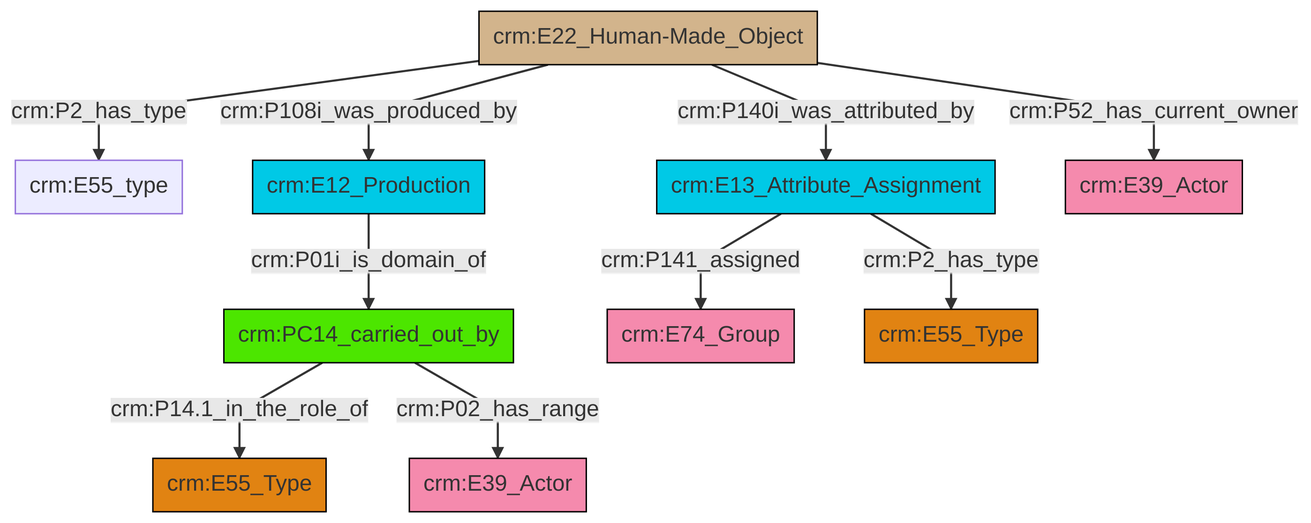
The Mermaid diagram et/builtWorkCSV/ttl/mmd/png/Built_Work_actor_relations.png in swiss-art-research-net/docs.swissartresearch, before a commit. Its source is kept beside it as et/builtWorkCSV/ttl/mmd/Built_Work_actor_relations.ttl.mmd.
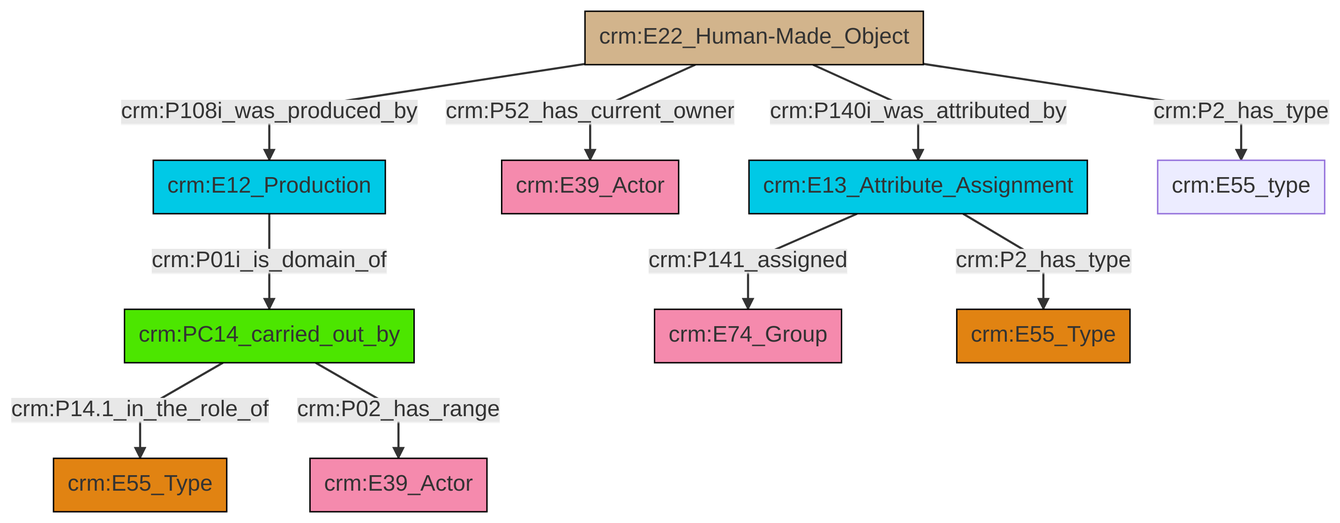
After the change.

The edit, as a diff of the source:
```diff
@@ -13,12 +13,12 @@
 classDef PC_Classes fill:#4ce600, stroke:#000000;
 classDef Multi fill:#cccccc,stroke:#000000;
 
-2["crm:E22_Human-Made_Object"]:::Physical_Thing -->|crm:P2_has_type| 3["crm:E55_type"]:::Default
-4["crm:E13_Attribute_Assignment"]:::Temporal_Entity -->|crm:P141_assigned| 5["crm:E74_Group"]:::Actor
-2["crm:E22_Human-Made_Object"]:::Physical_Thing -->|crm:P140i_was_attributed_by| 4["crm:E13_Attribute_Assignment"]:::Temporal_Entity
-2["crm:E22_Human-Made_Object"]:::Physical_Thing -->|crm:P108i_was_produced_by| 7["crm:E12_Production"]:::Temporal_Entity
-7["crm:E12_Production"]:::Temporal_Entity -->|crm:P01i_is_domain_of| 0["crm:PC14_carried_out_by"]:::PC_Classes
-0["crm:PC14_carried_out_by"]:::PC_Classes -->|crm:P14.1_in_the_role_of| 8["crm:E55_Type"]:::Type
-4["crm:E13_Attribute_Assignment"]:::Temporal_Entity -->|crm:P2_has_type| 11["crm:E55_Type"]:::Type
-0["crm:PC14_carried_out_by"]:::PC_Classes -->|crm:P02_has_range| 15["crm:E39_Actor"]:::Actor
-2["crm:E22_Human-Made_Object"]:::Physical_Thing -->|crm:P52_has_current_owner| 16["crm:E39_Actor"]:::Actor
+10["crm:E22_Human-Made_Object"]:::Physical_Thing -->|crm:P52_has_current_owner| 4["crm:E39_Actor"]:::Actor
+8["crm:E13_Attribute_Assignment"]:::Temporal_Entity -->|crm:P2_has_type| 11["crm:E55_Type"]:::Type
+10["crm:E22_Human-Made_Object"]:::Physical_Thing -->|crm:P2_has_type| 15["crm:E55_type"]:::Default
+10["crm:E22_Human-Made_Object"]:::Physical_Thing -->|crm:P140i_was_attributed_by| 8["crm:E13_Attribute_Assignment"]:::Temporal_Entity
+0["crm:PC14_carried_out_by"]:::PC_Classes -->|crm:P14.1_in_the_role_of| 13["crm:E55_Type"]:::Type
+10["crm:E22_Human-Made_Object"]:::Physical_Thing -->|crm:P108i_was_produced_by| 2["crm:E12_Production"]:::Temporal_Entity
+2["crm:E12_Production"]:::Temporal_Entity -->|crm:P01i_is_domain_of| 0["crm:PC14_carried_out_by"]:::PC_Classes
+0["crm:PC14_carried_out_by"]:::PC_Classes -->|crm:P02_has_range| 16["crm:E39_Actor"]:::Actor
+8["crm:E13_Attribute_Assignment"]:::Temporal_Entity -->|crm:P141_assigned| 6["crm:E74_Group"]:::Actor
```
